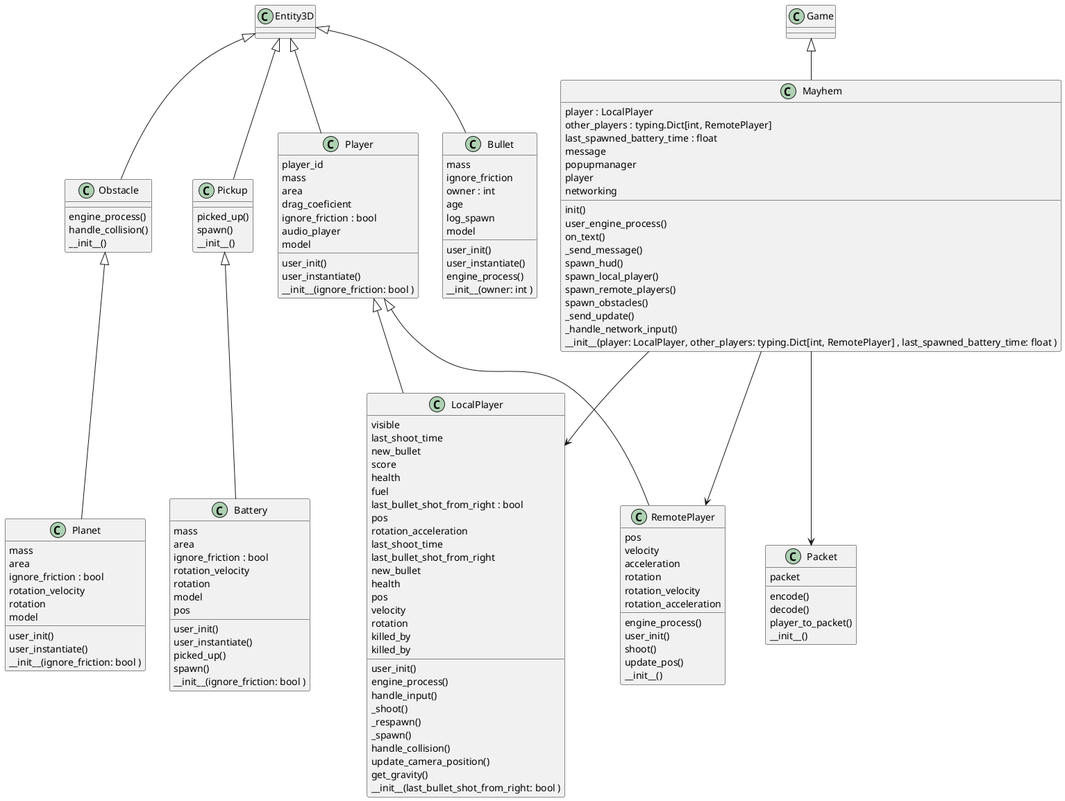
The PlantUML diagram diagrams/mayhem-diagram.png in JustTemmie/inf-1400-mayhem, before a commit. The source it was exported from:
```plantuml
@startuml
class Obstacle {
    engine_process()
    handle_collision()
     __init__()
}
Entity3D <|-- Obstacle

class Planet {
    user_init()
    user_instantiate()
        mass
    area
    ignore_friction : bool
    rotation_velocity
    rotation
    model
    __init__(ignore_friction: bool )
}
Obstacle <|-- Planet

class Pickup {
    picked_up()
    spawn()
        __init__()
}
Entity3D <|-- Pickup

class Battery {
    user_init()
    user_instantiate()
    picked_up()
    spawn()
        mass
    area
    ignore_friction : bool
    rotation_velocity
    rotation
    model
    pos
    __init__(ignore_friction: bool )
}
Pickup <|-- Battery

class Player {
    user_init()
    user_instantiate()
        player_id
    mass
    area
    drag_coeficient
    ignore_friction : bool
    audio_player
    model
    __init__(ignore_friction: bool )
}
Entity3D <|-- Player

class LocalPlayer {
    user_init()
    engine_process()
    handle_input()
    _shoot()
    _respawn()
    _spawn()
    handle_collision()
    update_camera_position()
    get_gravity()
        visible
    last_shoot_time
    new_bullet
    score
    health
    fuel
    last_bullet_shot_from_right : bool
    pos
    rotation_acceleration
    last_shoot_time
    last_bullet_shot_from_right
    new_bullet
    health
    pos
    velocity
    rotation
    killed_by
    killed_by
    __init__(last_bullet_shot_from_right: bool )
}
Player <|-- LocalPlayer

class RemotePlayer {
    engine_process()
    user_init()
    shoot()
    update_pos()
        pos
    velocity
    acceleration
    rotation
    rotation_velocity
    rotation_acceleration
    __init__()
}
Player <|-- RemotePlayer

class Bullet {
    user_init()
    user_instantiate()
    engine_process()
        mass
    ignore_friction
    owner : int
    age
    log_spawn
    model
    __init__(owner: int )
}
Entity3D <|-- Bullet

class Mayhem {
    init()
    user_engine_process()
    on_text()
    _send_message()
    spawn_hud()
    spawn_local_player()
    spawn_remote_players()
    spawn_obstacles()
    _send_update()
    _handle_network_input()
        player : LocalPlayer
    other_players : typing.Dict[int, RemotePlayer]
    last_spawned_battery_time : float
    message
    popupmanager
    player
    networking
    __init__(player: LocalPlayer, other_players: typing.Dict[int, RemotePlayer] , last_spawned_battery_time: float )
}
Game <|-- Mayhem
Mayhem --> LocalPlayer
Mayhem --> RemotePlayer

class Packet {
    encode()
    decode()
    player_to_packet()
        packet
    __init__()
}

Mayhem --> Packet
@enduml
```
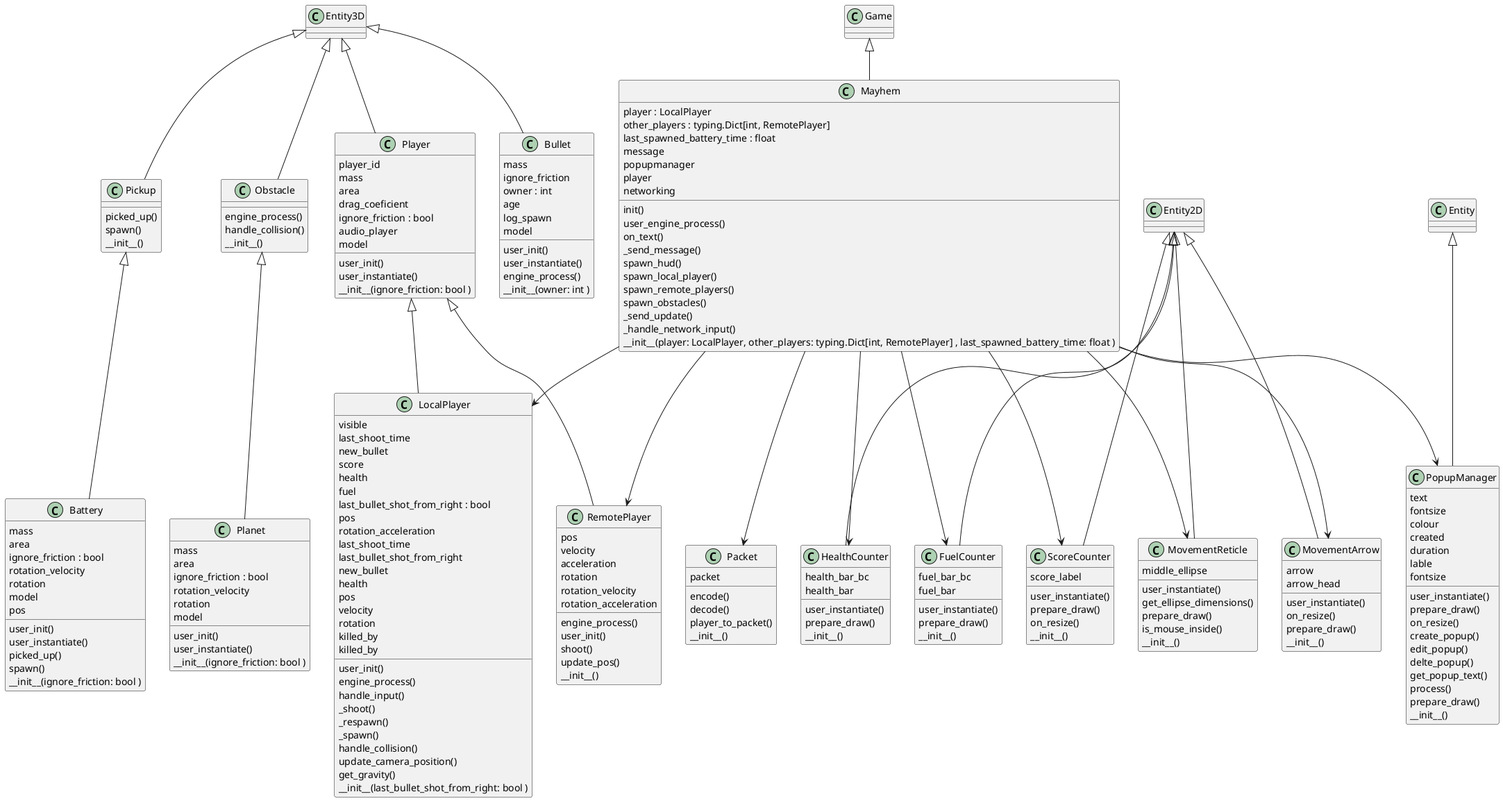
After the change.

What changed in the source:
```diff
@@ -150,4 +150,78 @@
 }
 
 Mayhem --> Packet
+
+class ScoreCounter {
+    user_instantiate()
+    prepare_draw()
+    on_resize()
+        score_label
+    __init__()
+}
+Entity2D <|-- ScoreCounter
+Mayhem --> ScoreCounter
+
+class PopupManager {
+    user_instantiate()
+    prepare_draw()
+    on_resize()
+    create_popup()
+    edit_popup()
+    delte_popup()
+    get_popup_text()
+    process()
+    prepare_draw()
+        text
+    fontsize
+    colour
+    created
+    duration
+    lable
+    fontsize
+    __init__()
+}
+Entity <|-- PopupManager
+Mayhem --> PopupManager
+
+class MovementReticle {
+    user_instantiate()
+    get_ellipse_dimensions()
+    prepare_draw()
+    is_mouse_inside()
+        middle_ellipse
+    __init__()
+}
+Entity2D <|-- MovementReticle
+Mayhem --> MovementReticle
+
+class MovementArrow {
+    user_instantiate()
+    on_resize()
+    prepare_draw()
+        arrow
+    arrow_head
+    __init__()
+}
+Entity2D <|-- MovementArrow
+Mayhem -->MovementArrow
+
+class HealthCounter {
+    user_instantiate()
+    prepare_draw()
+        health_bar_bc
+    health_bar
+    __init__()
+}
+Entity2D <|-- HealthCounter
+Mayhem -->HealthCounter
+
+class FuelCounter {
+    user_instantiate()
+    prepare_draw()
+        fuel_bar_bc
+    fuel_bar
+    __init__()
+}
+Entity2D <|-- FuelCounter
+Mayhem --> FuelCounter
 @enduml
```
